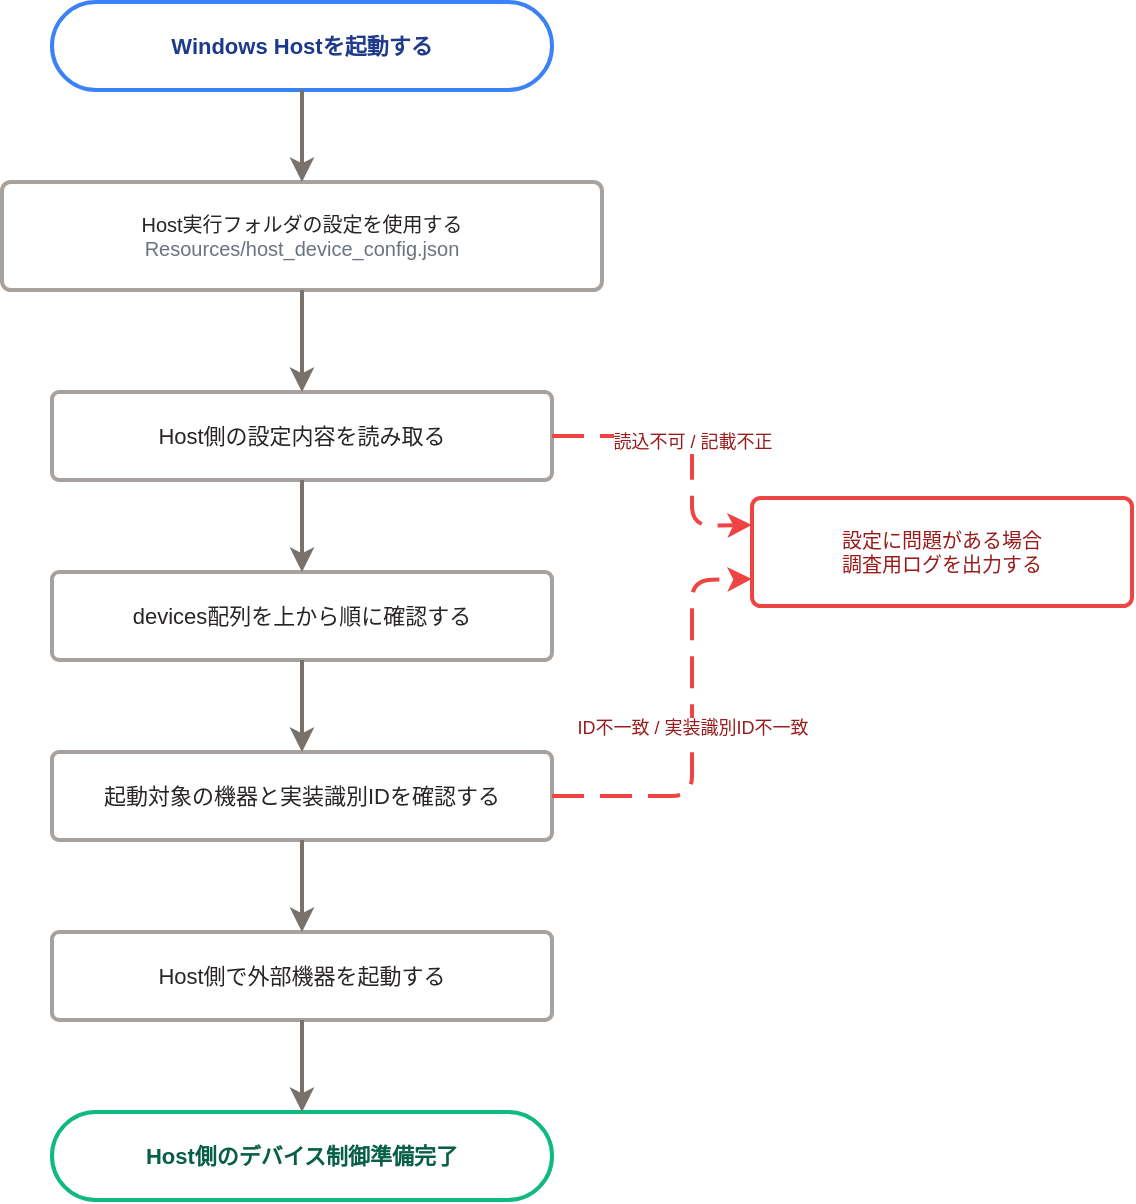
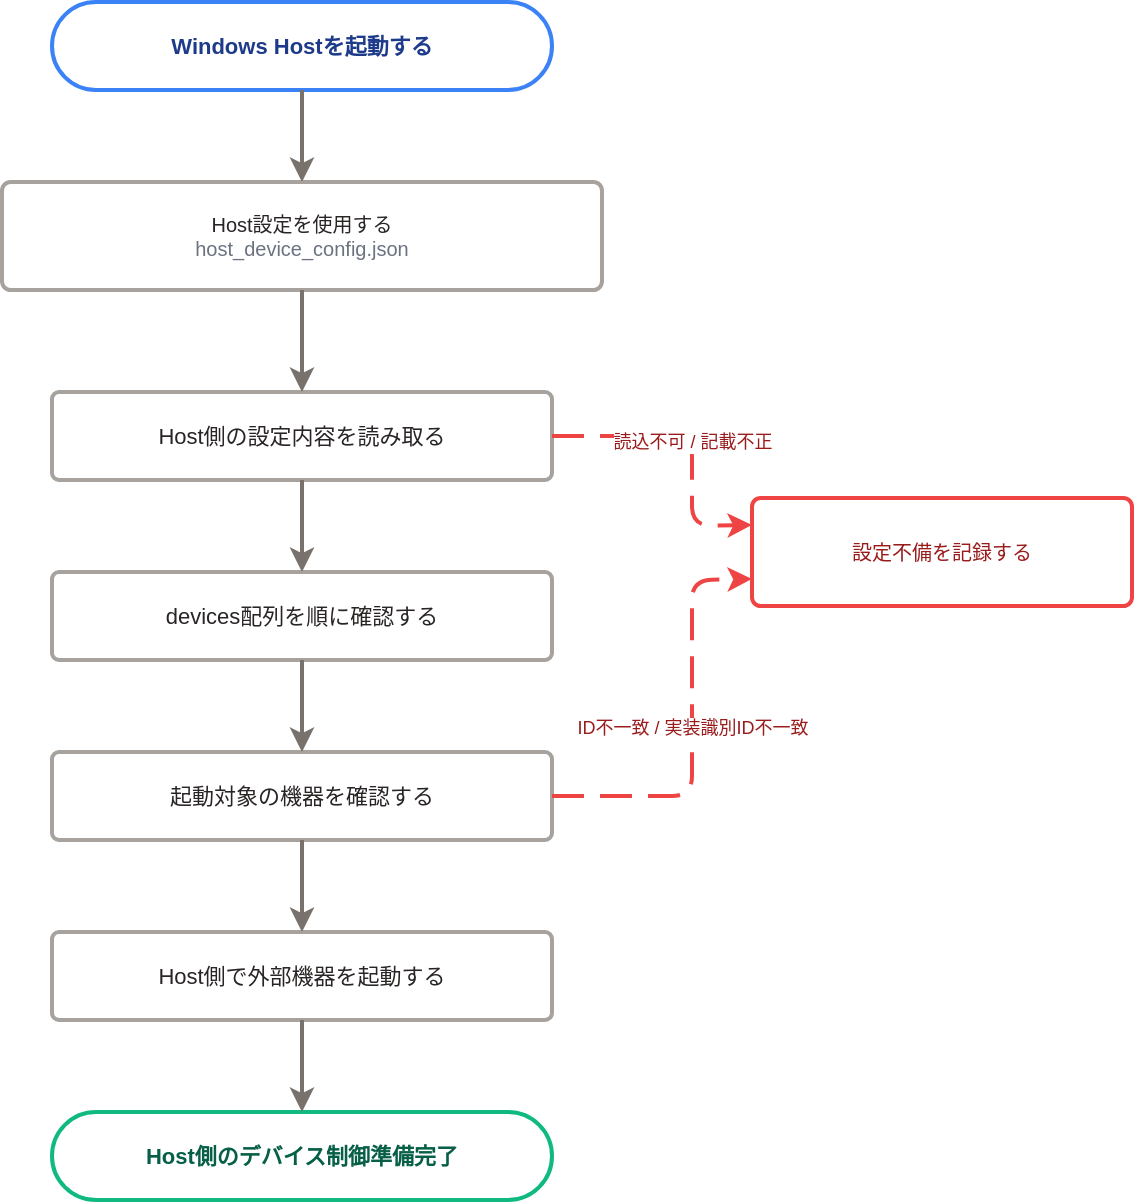
<mxfile host="Electron">
  <diagram name="host_device_config_flow" id="hdc_flow_01">
    <mxGraphModel dx="1414" dy="841" grid="1" gridSize="10" guides="1" tooltips="1" connect="1" arrows="1" fold="1" page="1" pageScale="1" pageWidth="850" pageHeight="1100" background="#ffffff" math="0" shadow="0">
      <root>
        <mxCell id="0" />
        <mxCell id="1" parent="0" />
        <mxCell id="node_start" parent="1" style="rounded=1;whiteSpace=wrap;html=1;arcSize=50;fillColor=#FFFFFF;strokeColor=#3B82F6;strokeWidth=2;fontColor=#1E3A8A;fontStyle=1;fontSize=11;" value="Windows Hostを起動する" vertex="1">
          <mxGeometry height="44" width="250" x="245" y="110" as="geometry" />
        </mxCell>
-         <mxCell id="node_useconfig" parent="1" style="rounded=1;whiteSpace=wrap;html=1;arcSize=8;fillColor=#FFFFFF;strokeColor=#A8A29E;strokeWidth=2;fontColor=#292524;fontStyle=0;fontSize=10;" value="Host実行フォルダの設定を使用する&lt;br/&gt;&lt;font color=&quot;#6B7280&quot;&gt;Resources/host_device_config.json&lt;/font&gt;" vertex="1">
+         <mxCell id="node_useconfig" parent="1" style="rounded=1;whiteSpace=wrap;html=1;arcSize=8;fillColor=#FFFFFF;strokeColor=#A8A29E;strokeWidth=2;fontColor=#292524;fontStyle=0;fontSize=10;" value="Host設定を使用する&lt;br/&gt;&lt;font color=&quot;#6B7280&quot;&gt;host_device_config.json&lt;/font&gt;" vertex="1">
          <mxGeometry height="54" width="300" x="220" y="200" as="geometry" />
        </mxCell>
        <mxCell id="node_read" parent="1" style="rounded=1;whiteSpace=wrap;html=1;arcSize=8;fillColor=#FFFFFF;strokeColor=#A8A29E;strokeWidth=2;fontColor=#292524;fontStyle=0;fontSize=11;" value="Host側の設定内容を読み取る" vertex="1">
          <mxGeometry height="44" width="250" x="245" y="305" as="geometry" />
        </mxCell>
-         <mxCell id="node_readdevices" parent="1" style="rounded=1;whiteSpace=wrap;html=1;arcSize=8;fillColor=#FFFFFF;strokeColor=#A8A29E;strokeWidth=2;fontColor=#292524;fontStyle=0;fontSize=11;" value="devices配列を上から順に確認する" vertex="1">
+         <mxCell id="node_readdevices" parent="1" style="rounded=1;whiteSpace=wrap;html=1;arcSize=8;fillColor=#FFFFFF;strokeColor=#A8A29E;strokeWidth=2;fontColor=#292524;fontStyle=0;fontSize=11;" value="devices配列を順に確認する" vertex="1">
          <mxGeometry height="44" width="250" x="245" y="395" as="geometry" />
        </mxCell>
-         <mxCell id="node_validate" parent="1" style="rounded=1;whiteSpace=wrap;html=1;arcSize=8;fillColor=#FFFFFF;strokeColor=#A8A29E;strokeWidth=2;fontColor=#292524;fontStyle=0;fontSize=11;" value="起動対象の機器と実装識別IDを確認する" vertex="1">
+         <mxCell id="node_validate" parent="1" style="rounded=1;whiteSpace=wrap;html=1;arcSize=8;fillColor=#FFFFFF;strokeColor=#A8A29E;strokeWidth=2;fontColor=#292524;fontStyle=0;fontSize=11;" value="起動対象の機器を確認する" vertex="1">
          <mxGeometry height="44" width="250" x="245" y="485" as="geometry" />
        </mxCell>
        <mxCell id="node_startdevice" parent="1" style="rounded=1;whiteSpace=wrap;html=1;arcSize=8;fillColor=#FFFFFF;strokeColor=#A8A29E;strokeWidth=2;fontColor=#292524;fontStyle=0;fontSize=11;" value="Host側で外部機器を起動する" vertex="1">
          <mxGeometry height="44" width="250" x="245" y="575" as="geometry" />
        </mxCell>
        <mxCell id="node_ready" parent="1" style="rounded=1;whiteSpace=wrap;html=1;arcSize=50;fillColor=#FFFFFF;strokeColor=#10B981;strokeWidth=2;fontColor=#065F46;fontStyle=1;fontSize=11;" value="Host側のデバイス制御準備完了" vertex="1">
          <mxGeometry height="44" width="250" x="245" y="665" as="geometry" />
        </mxCell>
-         <mxCell id="node_error" parent="1" style="rounded=1;whiteSpace=wrap;html=1;arcSize=8;fillColor=#FFFFFF;strokeColor=#EF4444;strokeWidth=2;fontColor=#991B1B;fontStyle=0;fontSize=10;" value="設定に問題がある場合&lt;br/&gt;調査用ログを出力する" vertex="1">
+         <mxCell id="node_error" parent="1" style="rounded=1;whiteSpace=wrap;html=1;arcSize=8;fillColor=#FFFFFF;strokeColor=#EF4444;strokeWidth=2;fontColor=#991B1B;fontStyle=0;fontSize=10;" value="設定不備を記録する" vertex="1">
          <mxGeometry height="54" width="190" x="595" y="358" as="geometry" />
        </mxCell>
        <mxCell id="e_start_useconfig" edge="1" parent="1" source="node_start" style="edgeStyle=orthogonalEdgeStyle;rounded=1;orthogonalLoop=1;jettySize=auto;html=1;strokeColor=#78716C;strokeWidth=2;" target="node_useconfig">
          <mxGeometry relative="1" as="geometry" />
        </mxCell>
        <mxCell id="e_useconfig_read" edge="1" parent="1" source="node_useconfig" style="edgeStyle=orthogonalEdgeStyle;rounded=1;orthogonalLoop=1;jettySize=auto;html=1;strokeColor=#78716C;strokeWidth=2;" target="node_read">
          <mxGeometry relative="1" as="geometry" />
        </mxCell>
        <mxCell id="e_read_readdevices" edge="1" parent="1" source="node_read" style="edgeStyle=orthogonalEdgeStyle;rounded=1;orthogonalLoop=1;jettySize=auto;html=1;strokeColor=#78716C;strokeWidth=2;" target="node_readdevices">
          <mxGeometry relative="1" as="geometry" />
        </mxCell>
        <mxCell id="e_readdevices_validate" edge="1" parent="1" source="node_readdevices" style="edgeStyle=orthogonalEdgeStyle;rounded=1;orthogonalLoop=1;jettySize=auto;html=1;strokeColor=#78716C;strokeWidth=2;" target="node_validate">
          <mxGeometry relative="1" as="geometry" />
        </mxCell>
        <mxCell id="e_validate_startdevice" edge="1" parent="1" source="node_validate" style="edgeStyle=orthogonalEdgeStyle;rounded=1;orthogonalLoop=1;jettySize=auto;html=1;strokeColor=#78716C;strokeWidth=2;" target="node_startdevice">
          <mxGeometry relative="1" as="geometry" />
        </mxCell>
        <mxCell id="e_startdevice_ready" edge="1" parent="1" source="node_startdevice" style="edgeStyle=orthogonalEdgeStyle;rounded=1;orthogonalLoop=1;jettySize=auto;html=1;strokeColor=#78716C;strokeWidth=2;" target="node_ready">
          <mxGeometry relative="1" as="geometry" />
        </mxCell>
        <mxCell id="e_read_error" edge="1" parent="1" source="node_read" style="rounded=1;orthogonalLoop=1;jettySize=auto;html=1;strokeColor=#EF4444;strokeWidth=2;dashed=1;dashPattern=8 4;fontColor=#991B1B;fontSize=9;labelBackgroundColor=#ffffff;exitX=1;exitY=0.5;exitDx=0;exitDy=0;entryX=0;entryY=0.25;entryDx=0;entryDy=0;" target="node_error" value="読込不可 / 記載不正">
          <mxGeometry relative="1" as="geometry">
            <Array as="points">
              <mxPoint x="565" y="327" />
              <mxPoint x="565" y="372" />
            </Array>
          </mxGeometry>
        </mxCell>
        <mxCell id="e_validate_error" edge="1" parent="1" source="node_validate" style="rounded=1;orthogonalLoop=1;jettySize=auto;html=1;strokeColor=#EF4444;strokeWidth=2;dashed=1;dashPattern=8 4;fontColor=#991B1B;fontSize=9;labelBackgroundColor=#ffffff;exitX=1;exitY=0.5;exitDx=0;exitDy=0;entryX=0;entryY=0.75;entryDx=0;entryDy=0;" target="node_error" value="ID不一致 / 実装識別ID不一致">
          <mxGeometry relative="1" as="geometry">
            <Array as="points">
              <mxPoint x="565" y="507" />
              <mxPoint x="565" y="399" />
            </Array>
          </mxGeometry>
        </mxCell>
      </root>
    </mxGraphModel>
  </diagram>
</mxfile>
